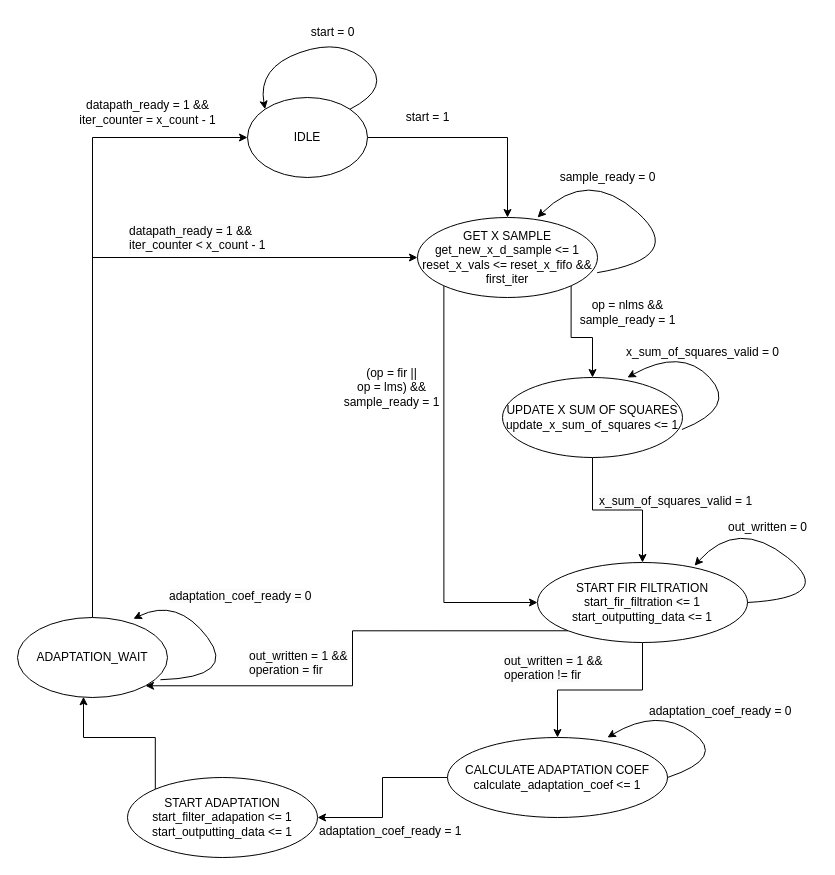
Earlier version of the draw.io diagram docs/main_fsm.drawio (Nowiczok/nlms_filter_acc). Source tidied: cells renumbered, new cells numbered last; positions are measured from the earlier drawing's top-left corner, leaving out a move shared by most shapes. Both pictures are drawn from the tidied source at 100%, with x=0, y=0 at pixel (17, 17).
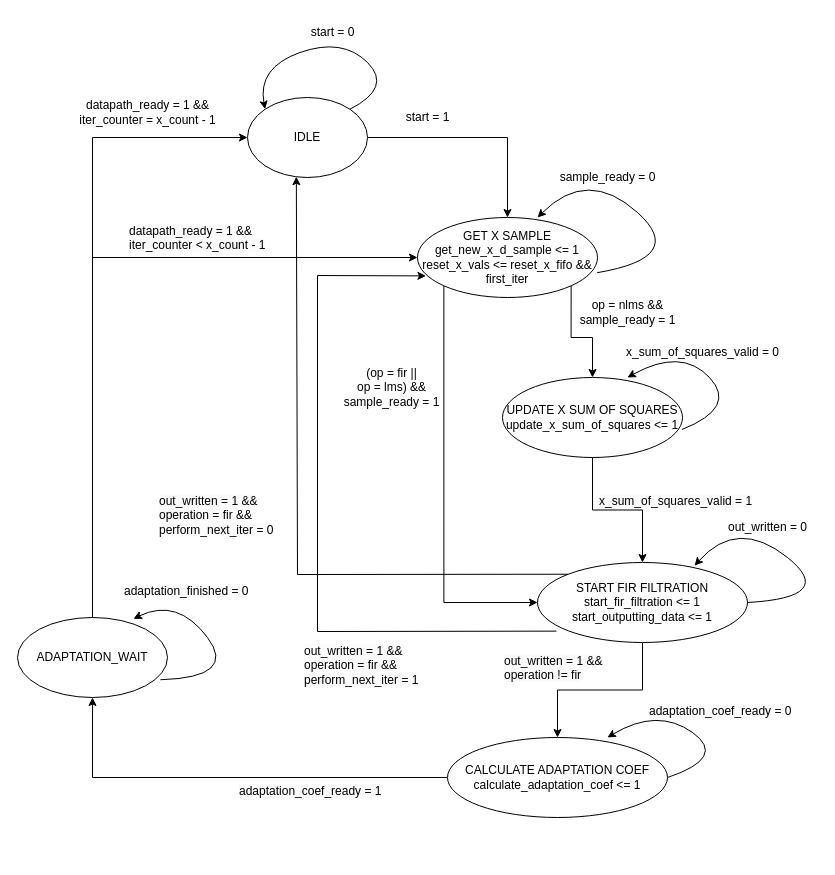
Above is the later version.

The change refers to these unchanged cells:
```xml
<mxCell id="3" value="IDLE" style="ellipse;whiteSpace=wrap;html=1;" parent="1" vertex="1">
  <mxGeometry x="230" y="80" width="120" height="80" as="geometry" />
</mxCell>
<mxCell id="6" value="GET X SAMPLE&lt;br&gt;get_new_x_d_sample &amp;lt;= 1&lt;br&gt;reset_x_vals &amp;lt;= reset_x_fifo &amp;amp;&amp;amp; first_iter" style="ellipse;whiteSpace=wrap;html=1;" parent="1" vertex="1">
  <mxGeometry x="400" y="200" width="180" height="80" as="geometry" />
</mxCell>
<mxCell id="17" value="START FIR FILTRATION&lt;br&gt;start_fir_filtration &amp;lt;= 1&lt;br&gt;start_outputting_data &amp;lt;= 1" style="ellipse;whiteSpace=wrap;html=1;" parent="1" vertex="1">
  <mxGeometry x="520" y="545" width="210" height="80" as="geometry" />
</mxCell>
<mxCell id="24" value="CALCULATE ADAPTATION COEF&lt;br&gt;calculate_adaptation_coef &amp;lt;= 1" style="ellipse;whiteSpace=wrap;html=1;" parent="1" vertex="1">
  <mxGeometry x="430" y="720" width="220" height="80" as="geometry" />
</mxCell>
<mxCell id="34" value="ADAPTATION_WAIT" style="ellipse;whiteSpace=wrap;html=1;" parent="1" vertex="1">
  <mxGeometry y="600" width="150" height="80" as="geometry" />
</mxCell>
```

Diff of the diagram source:
```diff
@@
-    <mxCell id="16" style="edgeStyle=orthogonalEdgeStyle;rounded=0;jettySize=auto;html=1;exitX=0;exitY=1;exitDx=0;exitDy=0;entryX=1;entryY=1;entryDx=0;entryDy=0;" parent="1" edge="1" source="17" target="34">
-      <mxGeometry relative="1" as="geometry" />
-    </mxCell>
@@
-    <mxCell id="23" style="edgeStyle=orthogonalEdgeStyle;rounded=0;jettySize=auto;html=1;exitX=0;exitY=0.5;exitDx=0;exitDy=0;entryX=1;entryY=0.5;entryDx=0;entryDy=0;" parent="1" edge="1" source="24" target="30">
+    <mxCell id="23" style="edgeStyle=orthogonalEdgeStyle;rounded=0;jettySize=auto;html=1;exitX=0;exitY=0.5;exitDx=0;exitDy=0;entryX=0.5;entryY=1;entryDx=0;entryDy=0;" parent="1" edge="1" source="24" target="34">
       <mxGeometry relative="1" as="geometry" />
     </mxCell>
@@
-    <mxCell id="29" style="edgeStyle=orthogonalEdgeStyle;rounded=0;jettySize=auto;html=1;exitX=0;exitY=0;exitDx=0;exitDy=0;entryX=0.44;entryY=0.991;entryDx=0;entryDy=0;entryPerimeter=0;" parent="1" edge="1" source="30" target="34">
-      <mxGeometry relative="1" as="geometry" />
-    </mxCell>
-    <mxCell id="30" value="START ADAPTATION&lt;br&gt;start_filter_adapation &amp;lt;= 1&lt;br&gt;start_outputting_data &amp;lt;= 1" style="ellipse;whiteSpace=wrap;html=1;" parent="1" vertex="1">
-      <mxGeometry x="110" y="760" width="190" height="80" as="geometry" />
-    </mxCell>
     <mxCell id="31" value="&lt;span style=&quot;color: rgb(0, 0, 0); font-family: Helvetica; font-size: 12px; font-style: normal; font-variant-ligatures: normal; font-variant-caps: normal; font-weight: 400; letter-spacing: normal; orphans: 2; text-align: center; text-indent: 0px; text-transform: none; widows: 2; word-spacing: 0px; -webkit-text-stroke-width: 0px; background-color: rgb(251, 251, 251); text-decoration-thickness: initial; text-decoration-style: initial; text-decoration-color: initial; float: none; display: inline !important;&quot;&gt;adaptation_coef_ready&amp;nbsp;= 1&lt;/span&gt;" style="text;whiteSpace=wrap;html=1;" parent="1" vertex="1">
-      <mxGeometry x="300" y="800" width="180" height="40" as="geometry" />
+      <mxGeometry x="220" y="760" width="180" height="40" as="geometry" />
     </mxCell>
@@
-    <mxCell id="38" value="&lt;span style=&quot;color: rgb(0, 0, 0); font-family: Helvetica; font-size: 12px; font-style: normal; font-variant-ligatures: normal; font-variant-caps: normal; font-weight: 400; letter-spacing: normal; orphans: 2; text-align: center; text-indent: 0px; text-transform: none; widows: 2; word-spacing: 0px; -webkit-text-stroke-width: 0px; background-color: rgb(251, 251, 251); text-decoration-thickness: initial; text-decoration-style: initial; text-decoration-color: initial; float: none; display: inline !important;&quot;&gt;adaptation_coef_ready&amp;nbsp;= 0&lt;/span&gt;" style="text;whiteSpace=wrap;html=1;" parent="1" vertex="1">
-      <mxGeometry x="150" y="565" width="180" height="40" as="geometry" />
+    <mxCell id="38" value="&lt;span style=&quot;color: rgb(0, 0, 0); font-family: Helvetica; font-size: 12px; font-style: normal; font-variant-ligatures: normal; font-variant-caps: normal; font-weight: 400; letter-spacing: normal; orphans: 2; text-align: center; text-indent: 0px; text-transform: none; widows: 2; word-spacing: 0px; -webkit-text-stroke-width: 0px; background-color: rgb(251, 251, 251); text-decoration-thickness: initial; text-decoration-style: initial; text-decoration-color: initial; float: none; display: inline !important;&quot;&gt;adaptation_finished = 0&lt;/span&gt;" style="text;whiteSpace=wrap;html=1;" parent="1" vertex="1">
+      <mxGeometry x="105" y="560" width="180" height="40" as="geometry" />
     </mxCell>
-    <mxCell id="39" value="&lt;span style=&quot;color: rgb(0, 0, 0); font-family: Helvetica; font-size: 12px; font-style: normal; font-variant-ligatures: normal; font-variant-caps: normal; font-weight: 400; letter-spacing: normal; orphans: 2; text-align: center; text-indent: 0px; text-transform: none; widows: 2; word-spacing: 0px; -webkit-text-stroke-width: 0px; background-color: rgb(251, 251, 251); text-decoration-thickness: initial; text-decoration-style: initial; text-decoration-color: initial; float: none; display: inline !important;&quot;&gt;out_written&amp;nbsp;= 1 &amp;amp;&amp;amp;&lt;/span&gt;&lt;br style=&quot;border-color: var(--border-color); color: rgb(0, 0, 0); font-family: Helvetica; font-size: 12px; font-style: normal; font-variant-ligatures: normal; font-variant-caps: normal; font-weight: 400; letter-spacing: normal; orphans: 2; text-align: center; text-indent: 0px; text-transform: none; widows: 2; word-spacing: 0px; -webkit-text-stroke-width: 0px; text-decoration-thickness: initial; text-decoration-style: initial; text-decoration-color: initial;&quot;&gt;&lt;span style=&quot;color: rgb(0, 0, 0); font-family: Helvetica; font-size: 12px; font-style: normal; font-variant-ligatures: normal; font-variant-caps: normal; font-weight: 400; letter-spacing: normal; orphans: 2; text-align: center; text-indent: 0px; text-transform: none; widows: 2; word-spacing: 0px; -webkit-text-stroke-width: 0px; background-color: rgb(251, 251, 251); text-decoration-thickness: initial; text-decoration-style: initial; text-decoration-color: initial; float: none; display: inline !important;&quot;&gt;operation = fir&lt;/span&gt;" style="text;whiteSpace=wrap;html=1;" parent="1" vertex="1">
-      <mxGeometry x="230" y="625" width="160" height="50" as="geometry" />
+    <mxCell id="39" value="&lt;span style=&quot;color: rgb(0, 0, 0); font-family: Helvetica; font-size: 12px; font-style: normal; font-variant-ligatures: normal; font-variant-caps: normal; font-weight: 400; letter-spacing: normal; orphans: 2; text-align: center; text-indent: 0px; text-transform: none; widows: 2; word-spacing: 0px; -webkit-text-stroke-width: 0px; background-color: rgb(251, 251, 251); text-decoration-thickness: initial; text-decoration-style: initial; text-decoration-color: initial; float: none; display: inline !important;&quot;&gt;out_written&amp;nbsp;= 1 &amp;amp;&amp;amp;&lt;/span&gt;&lt;br style=&quot;border-color: var(--border-color); color: rgb(0, 0, 0); font-family: Helvetica; font-size: 12px; font-style: normal; font-variant-ligatures: normal; font-variant-caps: normal; font-weight: 400; letter-spacing: normal; orphans: 2; text-align: center; text-indent: 0px; text-transform: none; widows: 2; word-spacing: 0px; -webkit-text-stroke-width: 0px; text-decoration-thickness: initial; text-decoration-style: initial; text-decoration-color: initial;&quot;&gt;&lt;span style=&quot;color: rgb(0, 0, 0); font-family: Helvetica; font-size: 12px; font-style: normal; font-variant-ligatures: normal; font-variant-caps: normal; font-weight: 400; letter-spacing: normal; orphans: 2; text-align: center; text-indent: 0px; text-transform: none; widows: 2; word-spacing: 0px; -webkit-text-stroke-width: 0px; background-color: rgb(251, 251, 251); text-decoration-thickness: initial; text-decoration-style: initial; text-decoration-color: initial; float: none; display: inline !important;&quot;&gt;operation = fir &amp;amp;&amp;amp; perform_next_iter = 1&lt;/span&gt;" style="text;whiteSpace=wrap;html=1;" parent="1" vertex="1">
+      <mxGeometry x="285" y="620" width="160" height="50" as="geometry" />
     </mxCell>
+    <mxCell id="40" style="endArrow=classic;html=1;rounded=0;exitX=0.09;exitY=0.858;exitDx=0;exitDy=0;exitPerimeter=0;entryX=0.047;entryY=0.73;entryDx=0;entryDy=0;entryPerimeter=0;" parent="1" edge="1" source="17" target="6">
+      <mxGeometry relative="1" as="geometry">
+        <Array as="points">
+          <mxPoint x="300" y="614" />
+          <mxPoint x="300" y="258" />
+        </Array>
+      </mxGeometry>
+    </mxCell>
+    <mxCell id="41" style="endArrow=classic;html=1;rounded=0;exitX=0;exitY=0;exitDx=0;exitDy=0;entryX=0.407;entryY=0.99;entryDx=0;entryDy=0;entryPerimeter=0;" parent="1" edge="1" source="17" target="3">
+      <mxGeometry relative="1" as="geometry">
+        <Array as="points">
+          <mxPoint x="280" y="557" />
+        </Array>
+      </mxGeometry>
+    </mxCell>
+    <mxCell id="42" value="&lt;span style=&quot;color: rgb(0, 0, 0); font-family: Helvetica; font-size: 12px; font-style: normal; font-variant-ligatures: normal; font-variant-caps: normal; font-weight: 400; letter-spacing: normal; orphans: 2; text-align: center; text-indent: 0px; text-transform: none; widows: 2; word-spacing: 0px; -webkit-text-stroke-width: 0px; background-color: rgb(251, 251, 251); text-decoration-thickness: initial; text-decoration-style: initial; text-decoration-color: initial; float: none; display: inline !important;&quot;&gt;out_written&amp;nbsp;= 1 &amp;amp;&amp;amp;&lt;/span&gt;&lt;br style=&quot;border-color: var(--border-color); color: rgb(0, 0, 0); font-family: Helvetica; font-size: 12px; font-style: normal; font-variant-ligatures: normal; font-variant-caps: normal; font-weight: 400; letter-spacing: normal; orphans: 2; text-align: center; text-indent: 0px; text-transform: none; widows: 2; word-spacing: 0px; -webkit-text-stroke-width: 0px; text-decoration-thickness: initial; text-decoration-style: initial; text-decoration-color: initial;&quot;&gt;&lt;span style=&quot;color: rgb(0, 0, 0); font-family: Helvetica; font-size: 12px; font-style: normal; font-variant-ligatures: normal; font-variant-caps: normal; font-weight: 400; letter-spacing: normal; orphans: 2; text-align: center; text-indent: 0px; text-transform: none; widows: 2; word-spacing: 0px; -webkit-text-stroke-width: 0px; background-color: rgb(251, 251, 251); text-decoration-thickness: initial; text-decoration-style: initial; text-decoration-color: initial; float: none; display: inline !important;&quot;&gt;operation = fir &amp;amp;&amp;amp; perform_next_iter = 0&lt;/span&gt;" style="text;whiteSpace=wrap;html=1;" parent="1" vertex="1">
+      <mxGeometry x="140" y="470" width="160" height="50" as="geometry" />
+    </mxCell>
```
